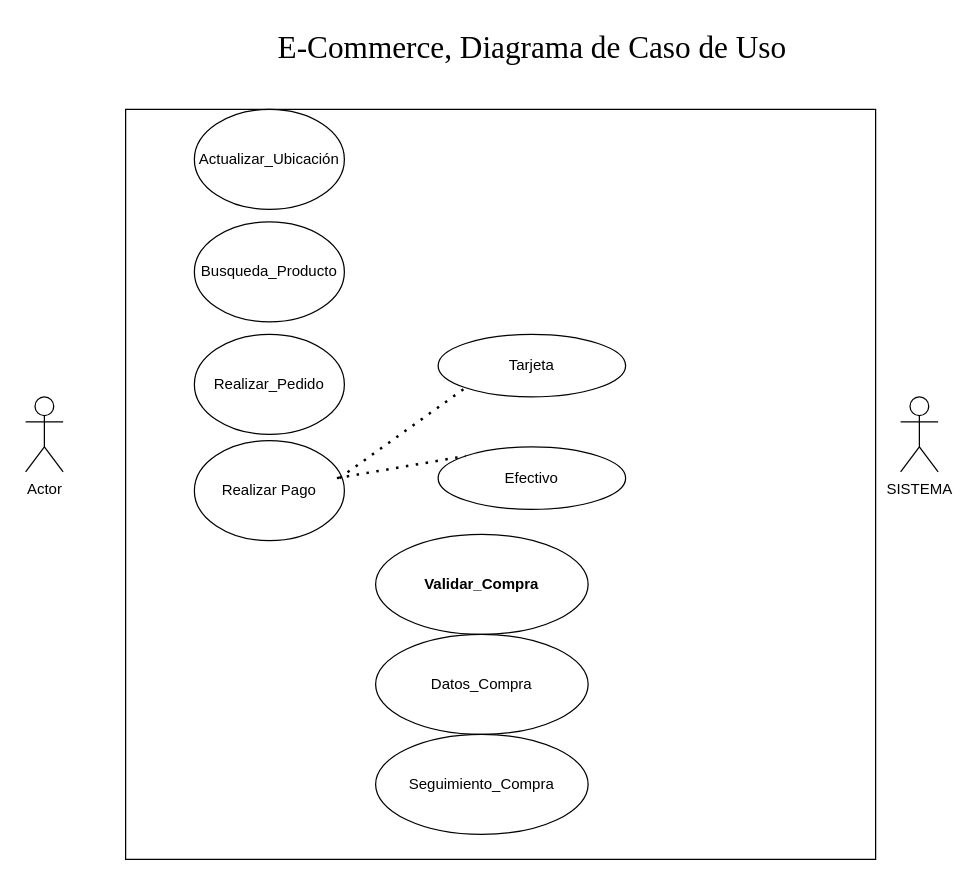
SamuelHerreraPerez/Laboratorio-Empresarial keeps this draw.io diagram as page "Diagrama de Caso de Uso" (1 of 3) of E-commerce.drawio. Above is the earlier version. Source tidied: cells renumbered, new cells numbered last; positions are measured from the earlier drawing's top-left corner, leaving out a move shared by most shapes. Both pictures are drawn from the tidied source at 125%, with x=0, y=0 at pixel (25, 21).
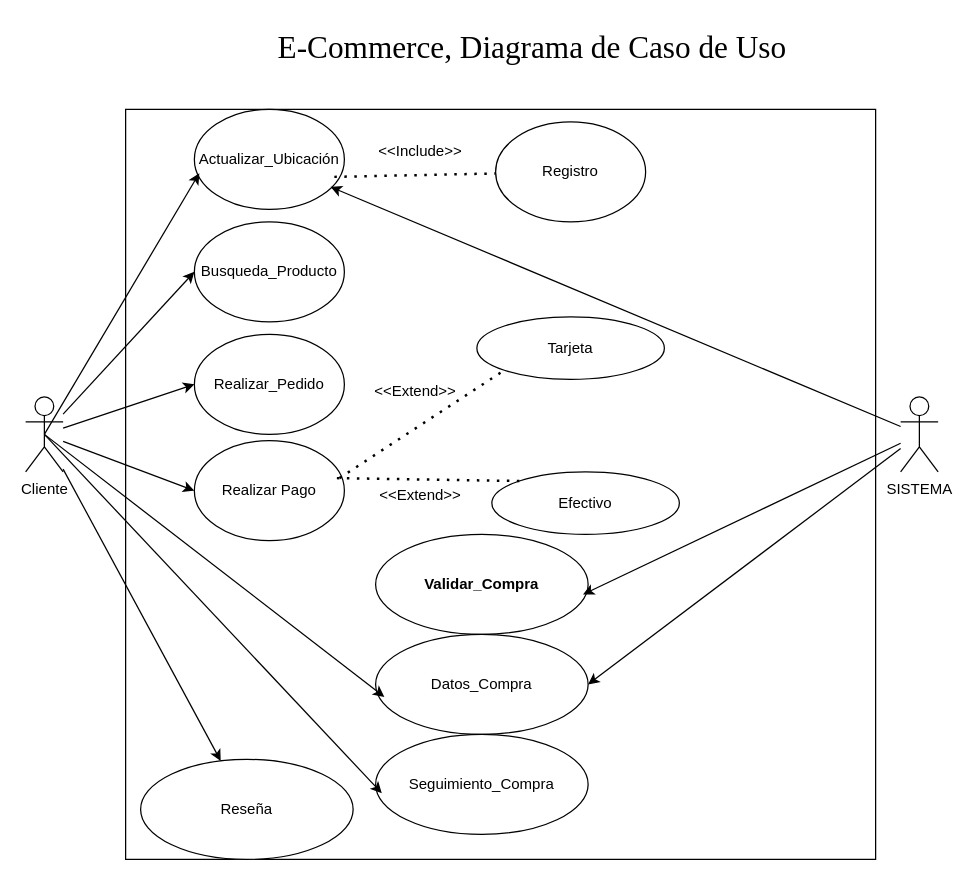
Above is the later version.

Unchanged cells that the change refers to:
```xml
<mxCell id="5" value="SISTEMA&lt;div&gt;&lt;br&gt;&lt;/div&gt;" style="shape=umlActor;verticalLabelPosition=bottom;verticalAlign=top;html=1;outlineConnect=0;" parent="1" vertex="1">
  <mxGeometry x="700" y="300" width="30" height="60" as="geometry" />
</mxCell>
<mxCell id="6" value="Actualizar_Ubicación" style="ellipse;whiteSpace=wrap;html=1;" parent="1" vertex="1">
  <mxGeometry x="135" y="70" width="120" height="80" as="geometry" />
</mxCell>
<mxCell id="7" value="Busqueda_Producto" style="ellipse;whiteSpace=wrap;html=1;" parent="1" vertex="1">
  <mxGeometry x="135" y="160" width="120" height="80" as="geometry" />
</mxCell>
<mxCell id="8" value="Realizar_Pedido" style="ellipse;whiteSpace=wrap;html=1;" parent="1" vertex="1">
  <mxGeometry x="135" y="250" width="120" height="80" as="geometry" />
</mxCell>
<mxCell id="9" value="Realizar Pago" style="ellipse;whiteSpace=wrap;html=1;" parent="1" vertex="1">
  <mxGeometry x="135" y="335" width="120" height="80" as="geometry" />
</mxCell>
<mxCell id="14" value="&lt;b&gt;Validar_&lt;span style=&quot;background-color: transparent; color: light-dark(rgb(0, 0, 0), rgb(255, 255, 255));&quot;&gt;Compra&lt;/span&gt;&lt;/b&gt;" style="ellipse;whiteSpace=wrap;html=1;" parent="1" vertex="1">
  <mxGeometry x="280" y="410" width="170" height="80" as="geometry" />
</mxCell>
<mxCell id="15" value="Datos_Compra" style="ellipse;whiteSpace=wrap;html=1;" parent="1" vertex="1">
  <mxGeometry x="280" y="490" width="170" height="80" as="geometry" />
</mxCell>
<mxCell id="16" value="Seguimiento_Compra" style="ellipse;whiteSpace=wrap;html=1;" parent="1" vertex="1">
  <mxGeometry x="280" y="570" width="170" height="80" as="geometry" />
</mxCell>
```

The edit, as a diff of the source:
```diff
@@
-    <mxCell id="4" value="Actor" style="shape=umlActor;verticalLabelPosition=bottom;verticalAlign=top;html=1;outlineConnect=0;" parent="1" vertex="1">
+    <mxCell id="4" value="Cliente" style="shape=umlActor;verticalLabelPosition=bottom;verticalAlign=top;html=1;outlineConnect=0;" parent="1" vertex="1">
       <mxGeometry y="300" width="30" height="60" as="geometry" />
     </mxCell>
@@
     <mxCell id="10" value="Tarjeta" style="ellipse;whiteSpace=wrap;html=1;" parent="1" vertex="1">
-      <mxGeometry x="330" y="250" width="150" height="50" as="geometry" />
+      <mxGeometry x="361" y="236" width="150" height="50" as="geometry" />
     </mxCell>
     <mxCell id="11" value="Efectivo" style="ellipse;whiteSpace=wrap;html=1;" parent="1" vertex="1">
-      <mxGeometry x="330" y="340" width="150" height="50" as="geometry" />
+      <mxGeometry x="373" y="360" width="150" height="50" as="geometry" />
     </mxCell>
@@
+    <mxCell id="17" style="endArrow=classic;html=1;rounded=0;exitX=0.5;exitY=0.5;exitDx=0;exitDy=0;exitPerimeter=0;entryX=0.033;entryY=0.638;entryDx=0;entryDy=0;entryPerimeter=0;" parent="1" edge="1" source="4" target="6">
+      <mxGeometry relative="1" as="geometry" />
+    </mxCell>
+    <mxCell id="18" style="endArrow=classic;html=1;rounded=0;entryX=0;entryY=0.5;entryDx=0;entryDy=0;" parent="1" edge="1" source="4" target="7">
+      <mxGeometry relative="1" as="geometry" />
+    </mxCell>
+    <mxCell id="19" style="endArrow=classic;html=1;rounded=0;entryX=0;entryY=0.5;entryDx=0;entryDy=0;" parent="1" edge="1" source="4" target="8">
+      <mxGeometry relative="1" as="geometry" />
+    </mxCell>
+    <mxCell id="20" style="endArrow=classic;html=1;rounded=0;entryX=0;entryY=0.5;entryDx=0;entryDy=0;" parent="1" edge="1" source="4" target="9">
+      <mxGeometry relative="1" as="geometry" />
+    </mxCell>
+    <mxCell id="21" style="endArrow=classic;html=1;rounded=0;entryX=0.041;entryY=0.625;entryDx=0;entryDy=0;exitX=0.5;exitY=0.5;exitDx=0;exitDy=0;exitPerimeter=0;entryPerimeter=0;" parent="1" edge="1" source="4" target="15">
+      <mxGeometry relative="1" as="geometry" />
+    </mxCell>
+    <mxCell id="22" style="endArrow=classic;html=1;rounded=0;entryX=0.029;entryY=0.588;entryDx=0;entryDy=0;exitX=0.5;exitY=0.5;exitDx=0;exitDy=0;exitPerimeter=0;entryPerimeter=0;" parent="1" edge="1" source="4" target="16">
+      <mxGeometry relative="1" as="geometry" />
+    </mxCell>
+    <mxCell id="23" style="endArrow=none;dashed=1;html=1;dashPattern=1 3;strokeWidth=2;rounded=0;exitX=0.933;exitY=0.675;exitDx=0;exitDy=0;exitPerimeter=0;" parent="1" edge="1" source="6" target="24">
+      <mxGeometry relative="1" as="geometry" />
+    </mxCell>
+    <mxCell id="24" value="Registro" style="ellipse;whiteSpace=wrap;html=1;" parent="1" vertex="1">
+      <mxGeometry x="376" y="80" width="120" height="80" as="geometry" />
+    </mxCell>
+    <mxCell id="25" value="&amp;lt;&amp;lt;Include&amp;gt;&amp;gt;" style="text;html=1;align=center;verticalAlign=middle;whiteSpace=wrap;rounded=0;" parent="1" vertex="1">
+      <mxGeometry x="286" y="89" width="60" height="30" as="geometry" />
+    </mxCell>
+    <mxCell id="26" value="&amp;lt;&amp;lt;Extend&amp;gt;&amp;gt;" style="text;html=1;align=center;verticalAlign=middle;whiteSpace=wrap;rounded=0;" parent="1" vertex="1">
+      <mxGeometry x="282" y="281" width="60" height="30" as="geometry" />
+    </mxCell>
+    <mxCell id="27" value="&amp;lt;&amp;lt;Extend&amp;gt;&amp;gt;" style="text;html=1;align=center;verticalAlign=middle;whiteSpace=wrap;rounded=0;" parent="1" vertex="1">
+      <mxGeometry x="286" y="364" width="60" height="30" as="geometry" />
+    </mxCell>
+    <mxCell id="28" style="endArrow=classic;html=1;rounded=0;entryX=0.908;entryY=0.775;entryDx=0;entryDy=0;entryPerimeter=0;" parent="1" edge="1" source="5" target="6">
+      <mxGeometry relative="1" as="geometry" />
+    </mxCell>
+    <mxCell id="29" style="endArrow=classic;html=1;rounded=0;entryX=0.976;entryY=0.6;entryDx=0;entryDy=0;entryPerimeter=0;" parent="1" edge="1" source="5" target="14">
+      <mxGeometry relative="1" as="geometry" />
+    </mxCell>
+    <mxCell id="30" style="endArrow=classic;html=1;rounded=0;entryX=1;entryY=0.5;entryDx=0;entryDy=0;" parent="1" edge="1" source="5" target="15">
+      <mxGeometry relative="1" as="geometry" />
+    </mxCell>
+    <mxCell id="31" value="Reseña" style="ellipse;whiteSpace=wrap;html=1;" parent="1" vertex="1">
+      <mxGeometry x="92" y="590" width="170" height="80" as="geometry" />
+    </mxCell>
+    <mxCell id="32" style="endArrow=classic;html=1;rounded=0;" parent="1" edge="1" source="4" target="31">
+      <mxGeometry relative="1" as="geometry" />
+    </mxCell>
```
